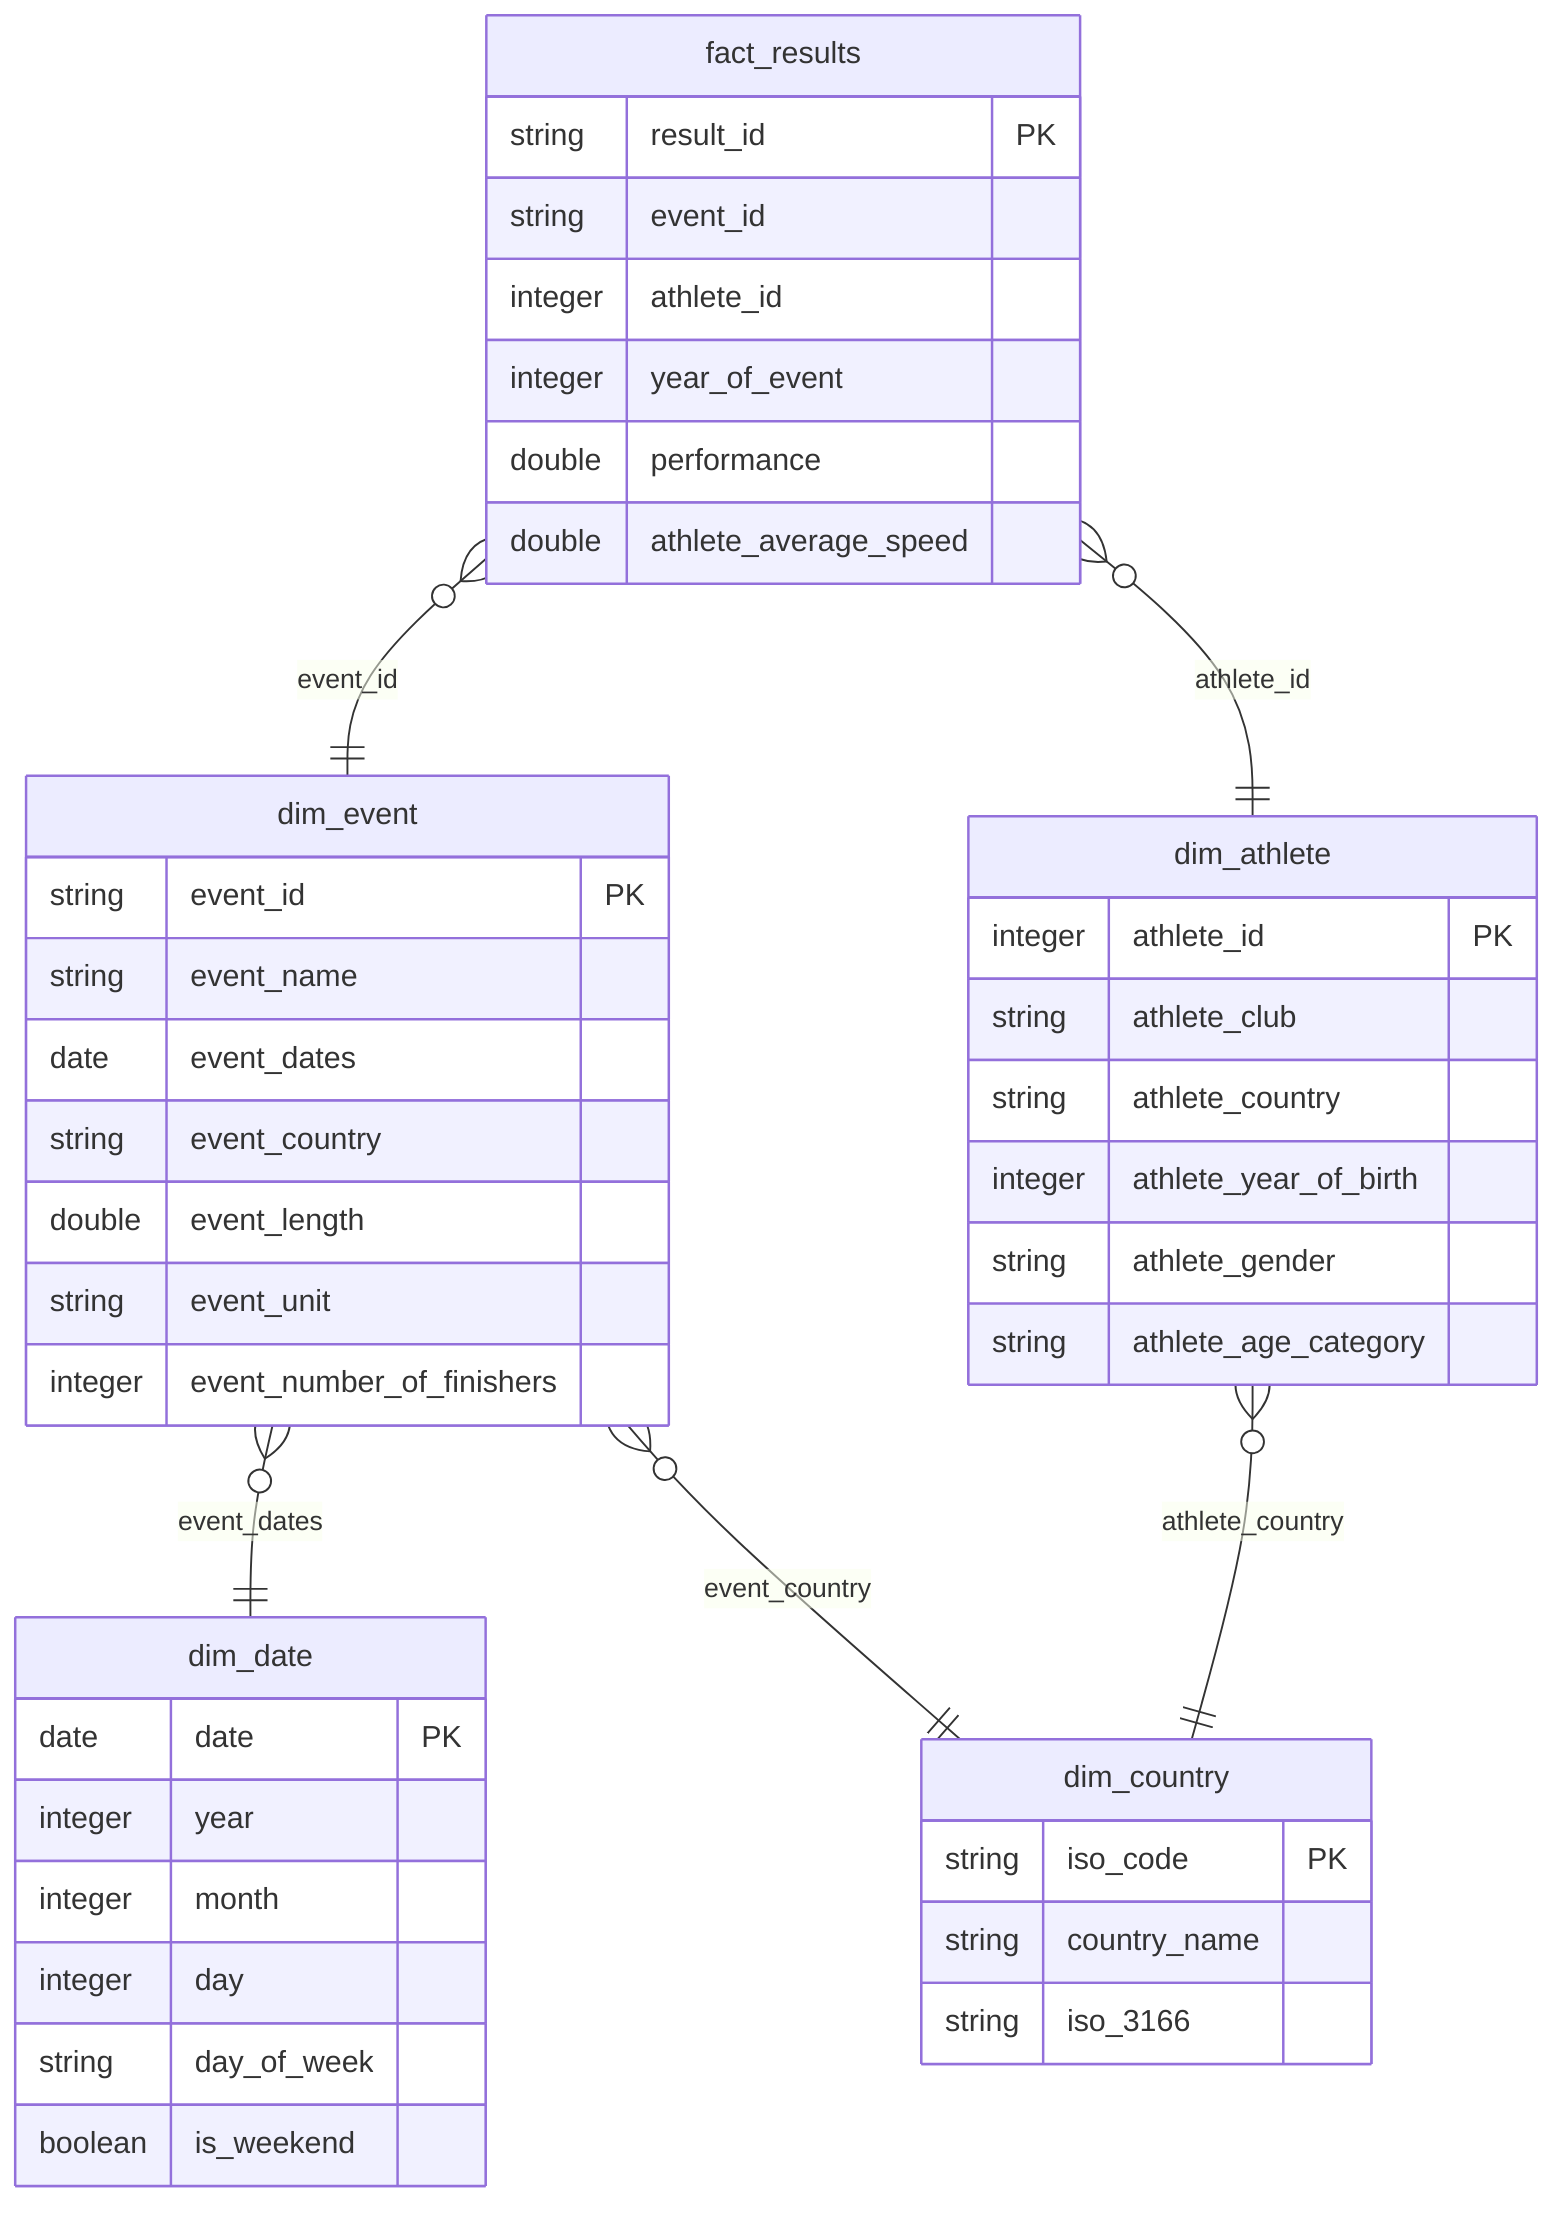
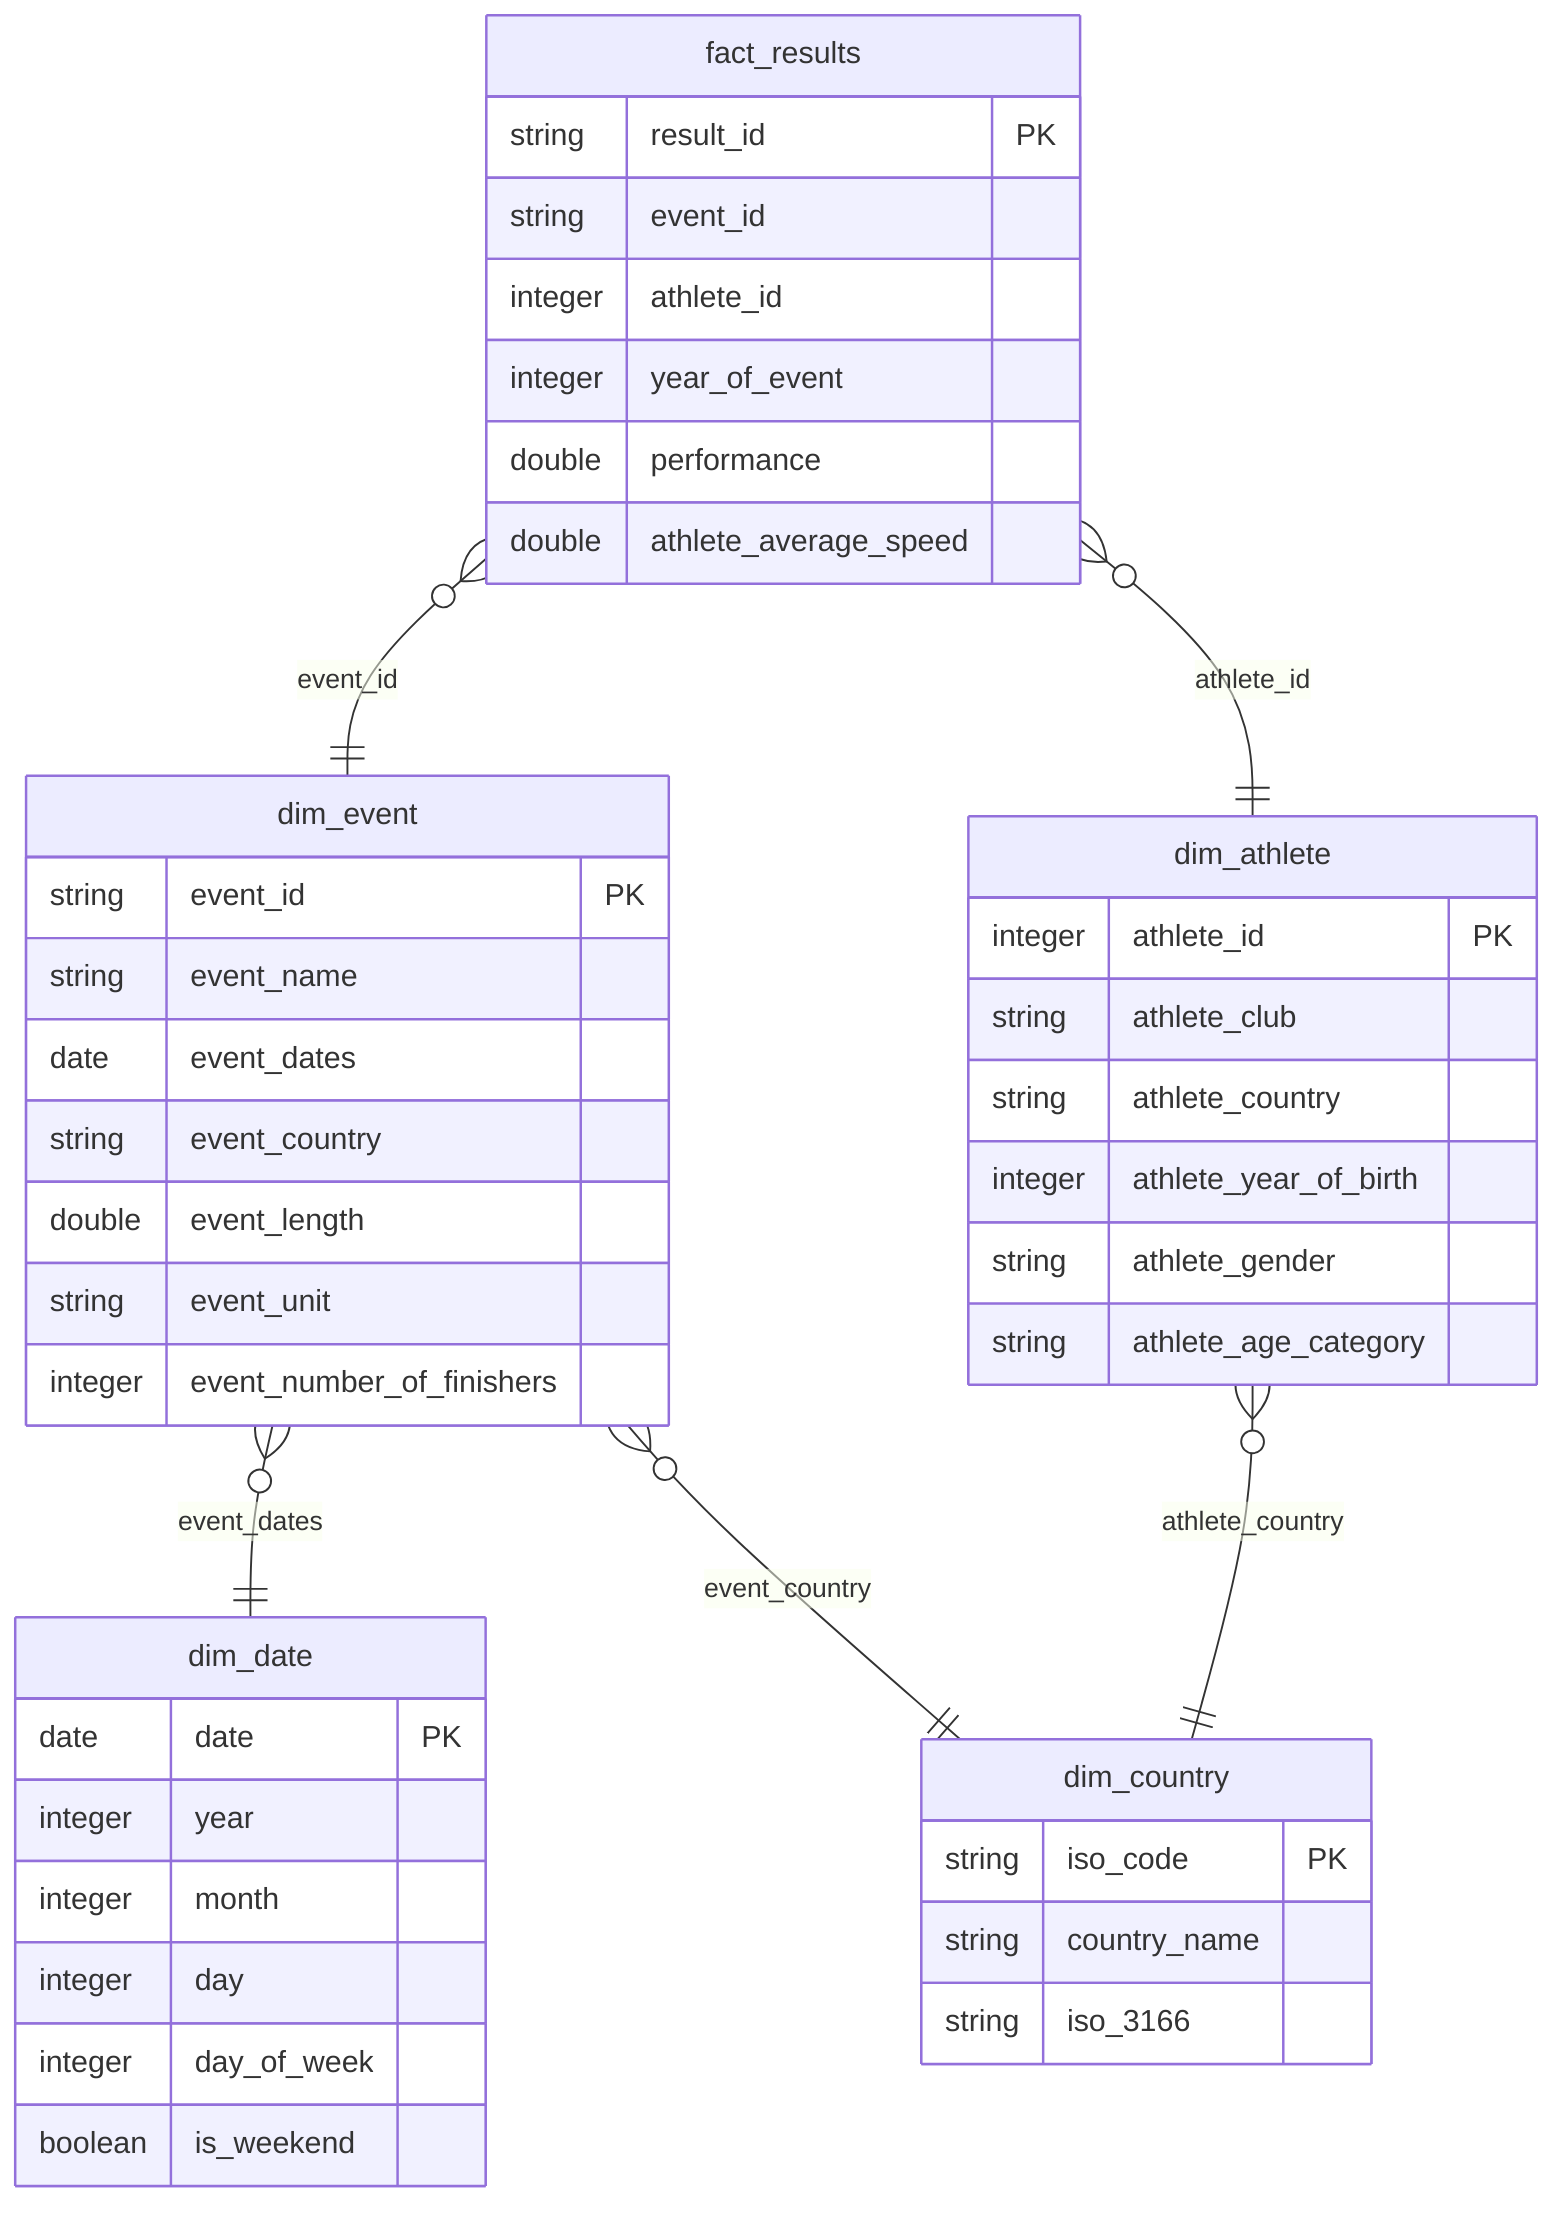
erDiagram
    fact_results {
        string result_id PK
        string event_id
        integer athlete_id
        integer year_of_event
        double performance
        double athlete_average_speed
    }

    dim_event {
        string event_id PK
        string event_name
        date event_dates
        string event_country
        double event_length
        string event_unit
        integer event_number_of_finishers
    }

    dim_athlete {
        integer athlete_id PK
        string athlete_club
        string athlete_country
        integer athlete_year_of_birth
        string athlete_gender
        string athlete_age_category
    }

    dim_date {
        date date PK
        integer year
        integer month
        integer day
-         string day_of_week
+         integer day_of_week
        boolean is_weekend
    }

    dim_country {
        string iso_code PK
        string country_name
        string iso_3166
    }

    fact_results }o--|| dim_event : "event_id"
    fact_results }o--|| dim_athlete : "athlete_id"
    dim_event }o--|| dim_date : "event_dates"
    dim_event }o--|| dim_country : "event_country"
    dim_athlete }o--|| dim_country : "athlete_country"
